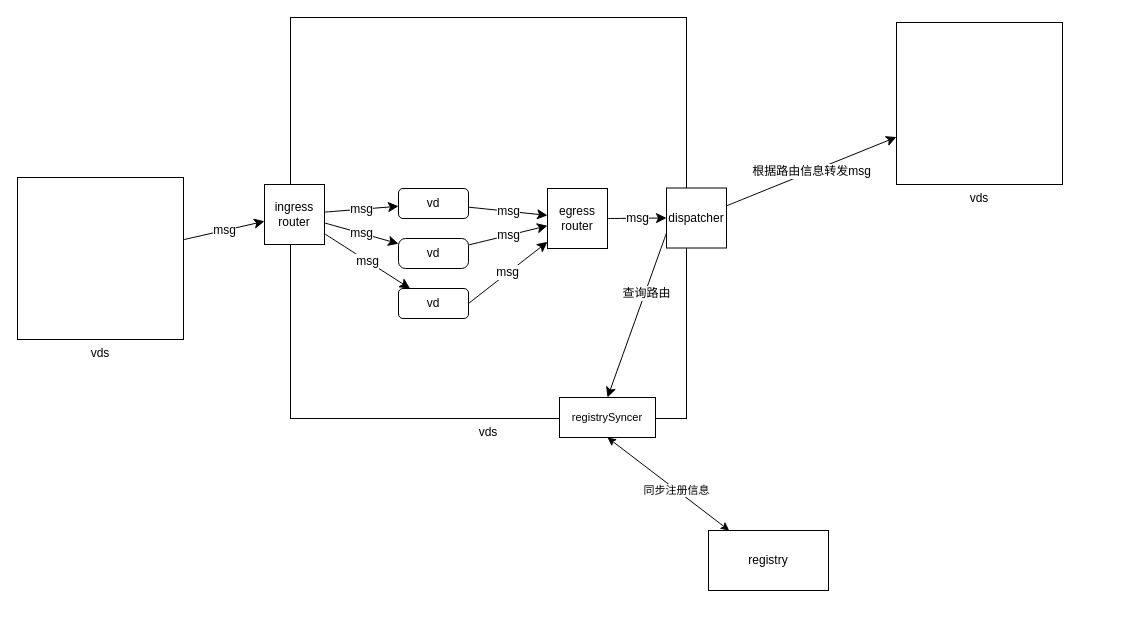
Before: page "vds结构" (1 of 3) of vds图示.drawio in AOisUsed/vds, a draw.io diagram. Source tidied: cells renumbered, new cells numbered last; positions are measured from the earlier drawing's top-left corner, leaving out a move shared by most shapes. Both pictures are drawn from the tidied source at 100%, with x=0, y=0 at pixel (17, 17).
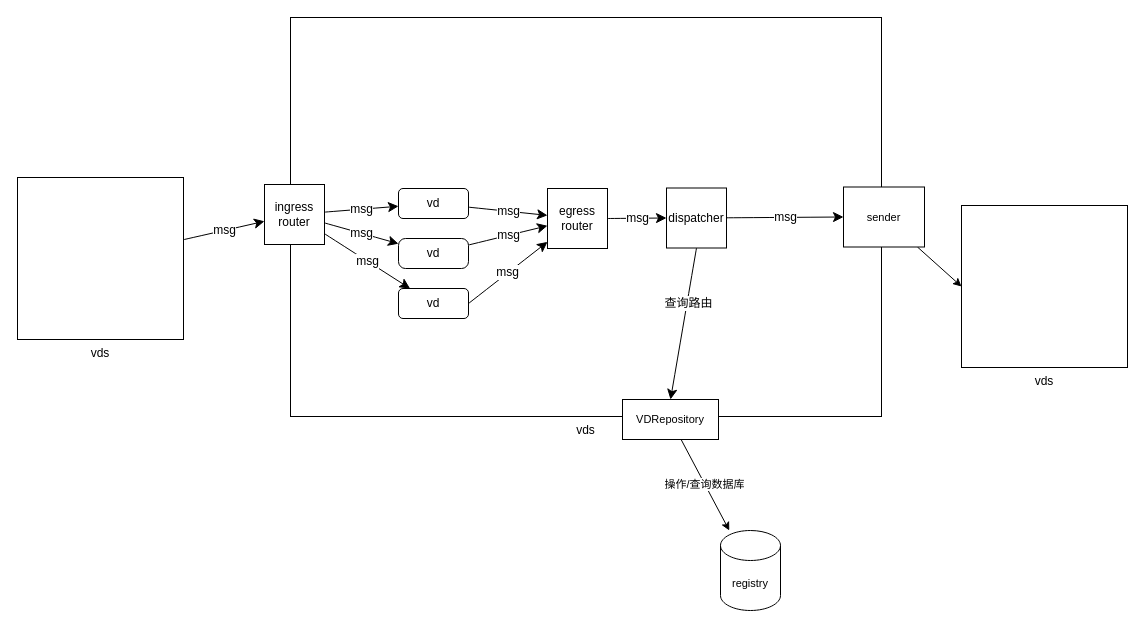
Above is the later version.

The change refers to these unchanged cells:
```xml
<mxCell id="18" value="dispatcher" style="rounded=0;whiteSpace=wrap;html=1;" parent="1" vertex="1">
  <mxGeometry x="649" y="170.5" width="60" height="60" as="geometry" />
</mxCell>
```

Diff of the diagram source:
```diff
@@
     <mxCell id="2" value="vds" style="rounded=0;whiteSpace=wrap;html=1;verticalAlign=top;labelPosition=center;verticalLabelPosition=bottom;align=center;" parent="1" vertex="1">
-      <mxGeometry x="273" width="396" height="401" as="geometry" />
+      <mxGeometry x="273" width="591" height="399" as="geometry" />
     </mxCell>
@@
-    <mxCell id="16" value="查询路由" style="edgeStyle=none;curved=1;rounded=0;jettySize=auto;html=1;fontSize=12;startSize=8;endSize=8;entryX=0.5;entryY=0;entryDx=0;entryDy=0;exitX=0;exitY=0.75;exitDx=0;exitDy=0;" parent="1" edge="1" source="18" target="24">
+    <mxCell id="16" value="查询路由" style="edgeStyle=none;curved=1;rounded=0;jettySize=auto;html=1;fontSize=12;startSize=8;endSize=8;entryX=0.5;entryY=0;entryDx=0;entryDy=0;exitX=0.5;exitY=1;exitDx=0;exitDy=0;" parent="1" edge="1" source="18" target="24">
       <mxGeometry x="-0.27" y="2" relative="1" as="geometry" />
     </mxCell>
-    <mxCell id="17" value="根据路由信息转发msg" style="edgeStyle=none;curved=1;rounded=0;jettySize=auto;html=1;fontSize=12;startSize=8;endSize=8;" parent="1" edge="1" source="18" target="19">
+    <mxCell id="17" value="msg" style="edgeStyle=none;curved=1;rounded=0;jettySize=auto;html=1;fontSize=12;startSize=8;endSize=8;entryX=0;entryY=0.5;entryDx=0;entryDy=0;" parent="1" edge="1" source="18" target="26">
       <mxGeometry relative="1" as="geometry" />
     </mxCell>
@@
     <mxCell id="19" value="vds" style="rounded=0;whiteSpace=wrap;html=1;verticalAlign=top;labelPosition=center;verticalLabelPosition=bottom;align=center;" parent="1" vertex="1">
-      <mxGeometry x="879" y="5" width="166" height="162" as="geometry" />
+      <mxGeometry x="944" y="188" width="166" height="162" as="geometry" />
     </mxCell>
-    <mxCell id="20" value="registry" style="rounded=0;whiteSpace=wrap;html=1;" parent="1" vertex="1">
-      <mxGeometry x="691" y="513" width="120" height="60" as="geometry" />
-    </mxCell>
@@
-    <mxCell id="22" style="edgeStyle=none;shape=connector;rounded=0;jettySize=auto;html=1;labelBackgroundColor=default;strokeColor=default;align=center;verticalAlign=middle;fontFamily=Helvetica;fontSize=11;fontColor=default;endArrow=classic;startArrow=classic;startFill=1;exitX=0.5;exitY=1;exitDx=0;exitDy=0;" parent="1" edge="1" source="24" target="20">
+    <mxCell id="22" value="操作/查询数据库" style="edgeStyle=none;shape=connector;rounded=0;jettySize=auto;html=1;labelBackgroundColor=default;strokeColor=default;align=center;verticalAlign=middle;fontFamily=Helvetica;fontSize=11;fontColor=default;endArrow=classic;" parent="1" edge="1" source="24" target="20">
       <mxGeometry relative="1" as="geometry" />
     </mxCell>
-    <mxCell id="23" value="同步注册信息" style="edgeLabel;html=1;align=center;verticalAlign=middle;fontSize=11;fontFamily=Helvetica;fontColor=default;" parent="22" vertex="1">
-      <mxGeometry x="0.12" relative="1" as="geometry" />
-    </mxCell>
-    <mxCell id="24" value="registrySyncer" style="rounded=0;whiteSpace=wrap;html=1;fontFamily=Helvetica;fontSize=11;fontColor=default;" parent="1" vertex="1">
-      <mxGeometry x="542" y="380" width="96" height="40" as="geometry" />
+    <mxCell id="24" value="VDRepository" style="rounded=0;whiteSpace=wrap;html=1;fontFamily=Helvetica;fontSize=11;fontColor=default;" parent="1" vertex="1">
+      <mxGeometry x="605" y="382" width="96" height="40" as="geometry" />
     </mxCell>
+    <mxCell id="20" value="registry" style="shape=cylinder3;whiteSpace=wrap;html=1;boundedLbl=1;backgroundOutline=1;size=15;fontFamily=Helvetica;fontSize=11;fontColor=default;" parent="1" vertex="1">
+      <mxGeometry x="703" y="513" width="60" height="80" as="geometry" />
+    </mxCell>
+    <mxCell id="25" style="edgeStyle=none;shape=connector;rounded=0;jettySize=auto;html=1;entryX=0;entryY=0.5;entryDx=0;entryDy=0;labelBackgroundColor=default;strokeColor=default;align=center;verticalAlign=middle;fontFamily=Helvetica;fontSize=11;fontColor=default;endArrow=classic;" parent="1" edge="1" source="26" target="19">
+      <mxGeometry relative="1" as="geometry" />
+    </mxCell>
+    <mxCell id="26" value="sender" style="rounded=0;whiteSpace=wrap;html=1;fontFamily=Helvetica;fontSize=11;fontColor=default;" parent="1" vertex="1">
+      <mxGeometry x="826" y="169.5" width="81" height="60" as="geometry" />
+    </mxCell>
```
